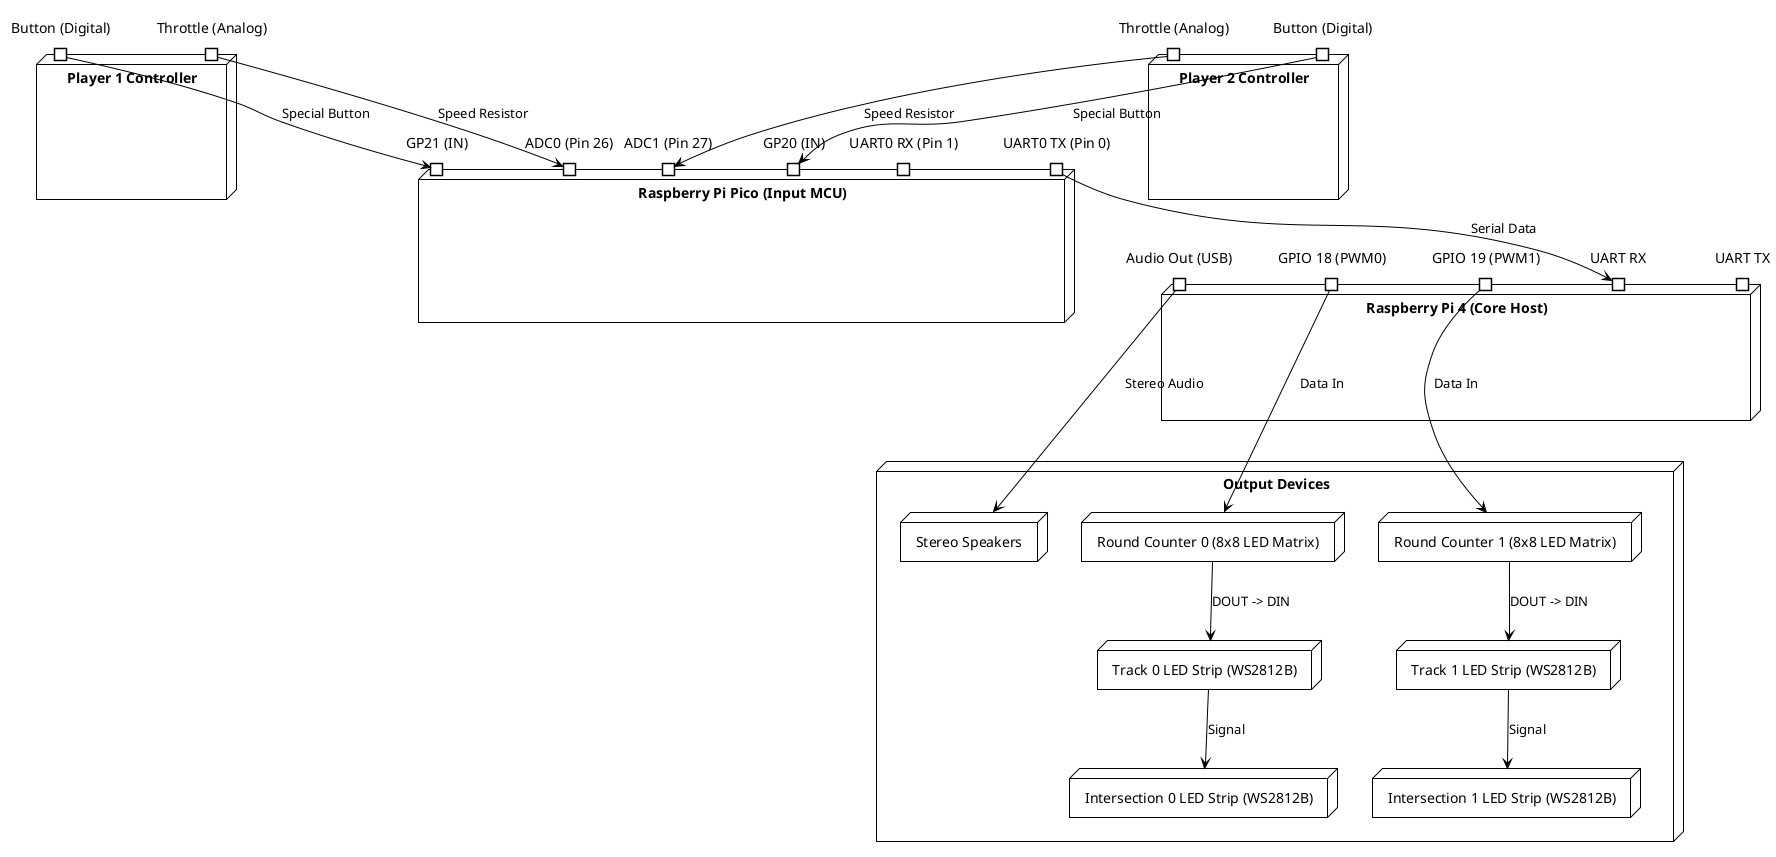
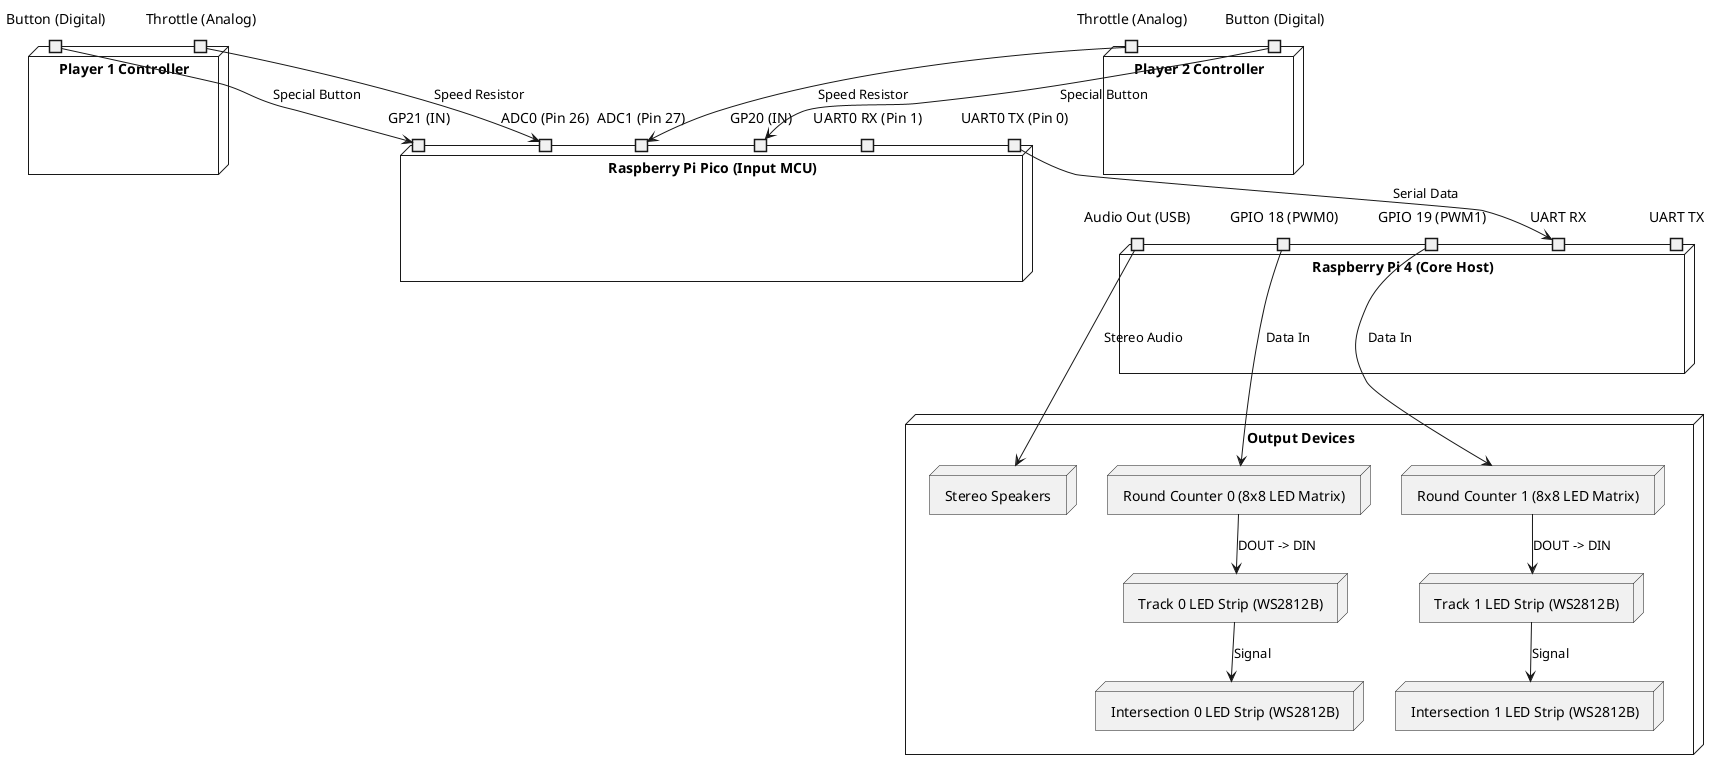
@startuml
- !theme plain
+ ' !theme plain
'skinparam linetype ortho
+ skinparam componentStyle uml2
+ top to bottom direction
+ skinparam nodesep 32
+ skinparam ranksep 40

node "Player 1 Controller" as P1_Ctrl {
  port "Throttle (Analog)" as P1_A
  port "Button (Digital)" as P1_D
}
node "Player 2 Controller" as P2_Ctrl {
  port "Throttle (Analog)" as P2_A
  port "Button (Digital)" as P2_D
}

node "Raspberry Pi Pico (Input MCU)" as Pico {
  port "ADC0 (Pin 26)" as pADC1
  port "GP21 (IN)" as pD1
  port "ADC1 (Pin 27)" as pADC2
  port "GP20 (IN)" as pD2
  port "UART0 TX (Pin 0)" as pTX
  port "UART0 RX (Pin 1)" as pRX
}

node "Raspberry Pi 4 (Core Host)" as RPi4 {
  port "Audio Out (USB)" as rAudio
  port "GPIO 18 (PWM0)" as rGPIO18
  port "GPIO 19 (PWM1)" as rGPIO19
  port "UART RX" as rRX
  port "UART TX" as rTX
}

node "Output Devices" {
  node "Stereo Speakers" as Speakers

  node "Round Counter 0 (8x8 LED Matrix)" as Matrix0
  node "Track 0 LED Strip (WS2812B)" as Track0
  node "Intersection 0 LED Strip (WS2812B)" as Intersection0

  node "Round Counter 1 (8x8 LED Matrix)" as Matrix1
  node "Track 1 LED Strip (WS2812B)" as Track1
  node "Intersection 1 LED Strip (WS2812B)" as Intersection1
}

' --- Connections ---
pTX --> rRX : Serial Data
'pRX <-[norank]- rTX : Unused

P1_A --> pADC1 : Speed Resistor
P1_D --> pD1 : Special Button
P2_A --> pADC2 : Speed Resistor
P2_D --> pD2 : Special Button

rAudio --> Speakers : Stereo Audio
rGPIO18 --> Matrix0 : Data In
rGPIO19 --> Matrix1 : Data In

Matrix0 --> Track0 : DOUT -> DIN
Track0 --> Intersection0 : Signal

Matrix1 --> Track1 : DOUT -> DIN
Track1 --> Intersection1 : Signal

' --- Layout Ordering Constraints ---
'PlayerControllers
P1_D -[hidden]right-> P2_A

'Pico
P1_D -[hidden]down-> Pico
P2_A -[hidden]down-> Pico

'Pi 4
'Pico -[hidden]down-> RPi4
pTX -[hidden]down-> rRX

' Output
RPi4 -[hidden]down-> "Output Devices"
@enduml